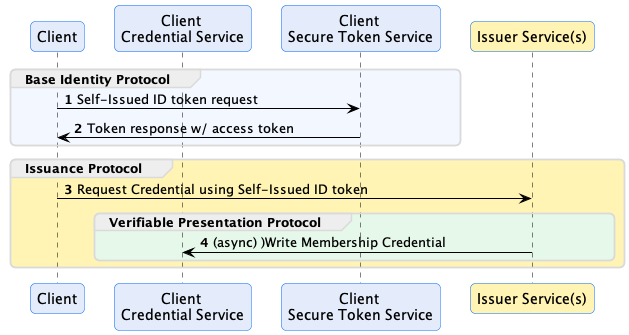
The PlantUML diagram specifications/M1/issuance.flow.png in eclipse-dataspace-dcp/decentralized-claims-protocol, before a commit. Its source is kept beside it as specifications/M1/issuance.flow.puml. Its diagram source:
```plantuml
@startuml
!pragma layout smetana

!include diagram.styles.puml

autonumber

participant "Client" as C
participant "Client \nCredential Service" as CS
participant "Client \nSecure Token Service" as STS
participant "Issuer Service(s)" as IS #FFF4B3

group #F3F7FF Base Identity Protocol
C -> STS: Self-Issued ID token request
STS -> C: Token response w/ access token
end

group #FFF4B3 Issuance Protocol
C -> IS: Request Credential using Self-Issued ID token
group #E6F8E9 Verifiable Presentation Protocol
IS -> CS: (async) )Write Membership Credential
end
end


@enduml
```
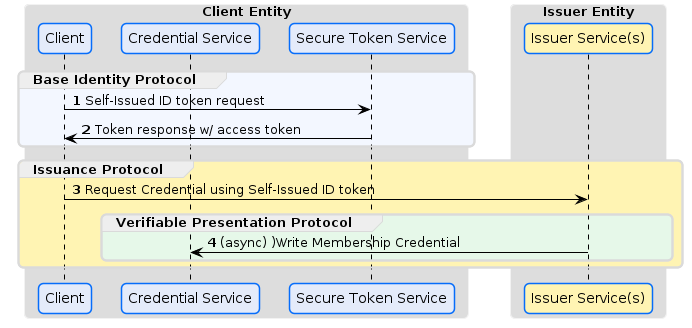
The same file after the commit.

Diff of the diagram source:
```diff
@@ -5,10 +5,15 @@
 
 autonumber
 
+box "Client Entity"
 participant "Client" as C
-participant "Client \nCredential Service" as CS
-participant "Client \nSecure Token Service" as STS
+participant "Credential Service" as CS
+participant "Secure Token Service" as STS
+end box
+
+box "Issuer Entity"
 participant "Issuer Service(s)" as IS #FFF4B3
+end box
 
 group #F3F7FF Base Identity Protocol
 C -> STS: Self-Issued ID token request
```
